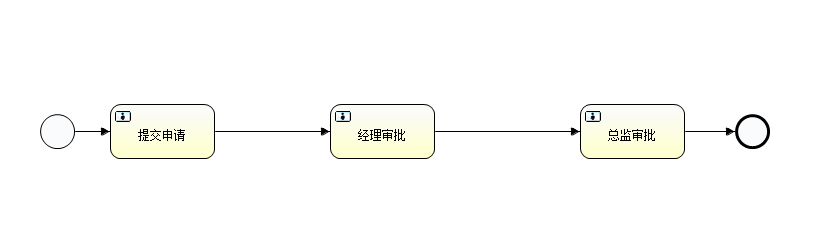
This is src/main/resources/process/leave.png from heyanyong/drug, a BPMN export, as it was before one commit. Its source is kept beside it as src/main/resources/process/leave.bpmn. Ids are renumbered. Its diagram source:
```xml
<definitions xmlns="http://www.omg.org/spec/BPMN/20100524/MODEL" xmlns:xsi="http://www.w3.org/2001/XMLSchema-instance" xmlns:xsd="http://www.w3.org/2001/XMLSchema" xmlns:activiti="http://activiti.org/bpmn" xmlns:bpmndi="http://www.omg.org/spec/BPMN/20100524/DI" xmlns:omgdc="http://www.omg.org/spec/DD/20100524/DC" xmlns:omgdi="http://www.omg.org/spec/DD/20100524/DI" typeLanguage="http://www.w3.org/2001/XMLSchema" expressionLanguage="http://www.w3.org/1999/XPath" targetNamespace="http://www.activiti.org/test">
  <process id="leave" name="leaveProcess" isExecutable="true">
    <startEvent id="startevent1" name="Start"></startEvent>
    <userTask id="leave_usertask1" name="提交申请" activiti:assignee="张三"></userTask>
    <userTask id="leave_usertask2" name="经理审批" activiti:candidateUsers="李总1,李总2"></userTask>
    <endEvent id="endevent1" name="End"></endEvent>
    <sequenceFlow id="flow1" sourceRef="startevent1" targetRef="leave_usertask1"></sequenceFlow>
    <sequenceFlow id="flow2" sourceRef="leave_usertask1" targetRef="leave_usertask2"></sequenceFlow>
    <userTask id="leave_usertask3" name="总监审批" activiti:assignee="王总"></userTask>
    <sequenceFlow id="flow3" sourceRef="leave_usertask2" targetRef="leave_usertask3"></sequenceFlow>
    <sequenceFlow id="flow4" sourceRef="leave_usertask3" targetRef="endevent1"></sequenceFlow>
  </process>
  <bpmndi:BPMNDiagram id="BPMNDiagram_leave">
    <bpmndi:BPMNPlane bpmnElement="leave" id="BPMNPlane_leave">
      <bpmndi:BPMNShape bpmnElement="startevent1" id="BPMNShape_startevent1">
        <omgdc:Bounds height="35.0" width="35.0" x="40.0" y="114.0"></omgdc:Bounds>
      </bpmndi:BPMNShape>
      <bpmndi:BPMNShape bpmnElement="leave_usertask1" id="BPMNShape_leave_usertask1">
        <omgdc:Bounds height="55.0" width="105.0" x="110.0" y="104.0"></omgdc:Bounds>
      </bpmndi:BPMNShape>
      <bpmndi:BPMNShape bpmnElement="leave_usertask2" id="BPMNShape_leave_usertask2">
        <omgdc:Bounds height="55.0" width="105.0" x="330.0" y="104.0"></omgdc:Bounds>
      </bpmndi:BPMNShape>
      <bpmndi:BPMNShape bpmnElement="endevent1" id="BPMNShape_endevent1">
        <omgdc:Bounds height="35.0" width="35.0" x="735.0" y="114.0"></omgdc:Bounds>
      </bpmndi:BPMNShape>
      <bpmndi:BPMNShape bpmnElement="leave_usertask3" id="BPMNShape_leave_usertask3">
        <omgdc:Bounds height="55.0" width="105.0" x="580.0" y="104.0"></omgdc:Bounds>
      </bpmndi:BPMNShape>
      <bpmndi:BPMNEdge bpmnElement="flow1" id="BPMNEdge_flow1">
        <omgdi:waypoint x="75.0" y="131.0"></omgdi:waypoint>
        <omgdi:waypoint x="110.0" y="131.0"></omgdi:waypoint>
      </bpmndi:BPMNEdge>
      <bpmndi:BPMNEdge bpmnElement="flow2" id="BPMNEdge_flow2">
        <omgdi:waypoint x="215.0" y="131.0"></omgdi:waypoint>
        <omgdi:waypoint x="330.0" y="131.0"></omgdi:waypoint>
      </bpmndi:BPMNEdge>
      <bpmndi:BPMNEdge bpmnElement="flow3" id="BPMNEdge_flow3">
        <omgdi:waypoint x="435.0" y="131.0"></omgdi:waypoint>
        <omgdi:waypoint x="580.0" y="131.0"></omgdi:waypoint>
      </bpmndi:BPMNEdge>
      <bpmndi:BPMNEdge bpmnElement="flow4" id="BPMNEdge_flow4">
        <omgdi:waypoint x="685.0" y="131.0"></omgdi:waypoint>
        <omgdi:waypoint x="735.0" y="131.0"></omgdi:waypoint>
      </bpmndi:BPMNEdge>
    </bpmndi:BPMNPlane>
  </bpmndi:BPMNDiagram>
</definitions>
```
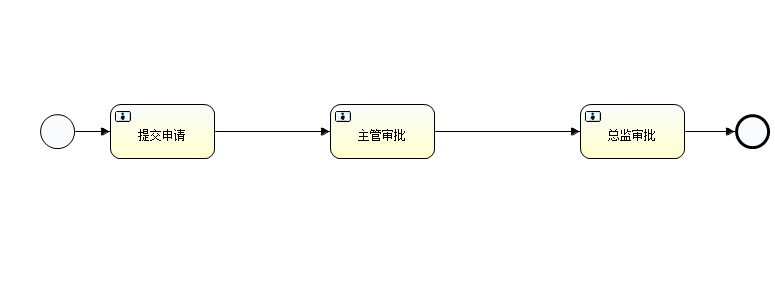
After the change.

Change to the diagram source:
```diff
@@ -2,11 +2,11 @@
   <process id="leave" name="leaveProcess" isExecutable="true">
     <startEvent id="startevent1" name="Start"></startEvent>
     <userTask id="leave_usertask1" name="提交申请" activiti:assignee="张三"></userTask>
-    <userTask id="leave_usertask2" name="经理审批" activiti:candidateUsers="李总1,李总2"></userTask>
+    <userTask id="leave_usertask2" name="主管审批" activiti:assignee="张主管" activiti:candidateUsers="李总1,李总2"></userTask>
     <endEvent id="endevent1" name="End"></endEvent>
     <sequenceFlow id="flow1" sourceRef="startevent1" targetRef="leave_usertask1"></sequenceFlow>
     <sequenceFlow id="flow2" sourceRef="leave_usertask1" targetRef="leave_usertask2"></sequenceFlow>
-    <userTask id="leave_usertask3" name="总监审批" activiti:assignee="王总"></userTask>
+    <userTask id="leave_usertask3" name="总监审批" activiti:assignee="王总监"></userTask>
     <sequenceFlow id="flow3" sourceRef="leave_usertask2" targetRef="leave_usertask3"></sequenceFlow>
     <sequenceFlow id="flow4" sourceRef="leave_usertask3" targetRef="endevent1"></sequenceFlow>
   </process>
```
